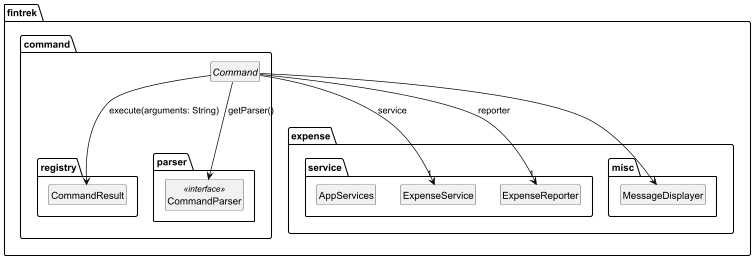
randust/tp keeps this PlantUML diagram as docs/images/CommandClass.png. Above is the earlier version.
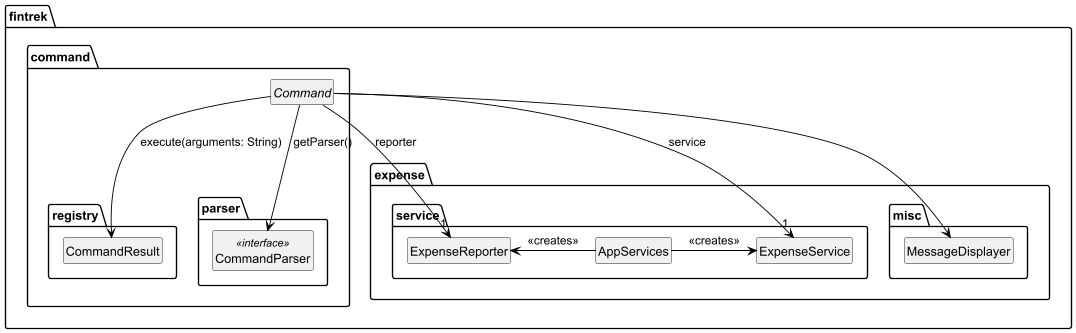
The same file after the commit.

Diff of the diagram source:
```diff
@@ -41,5 +41,7 @@
 Command --> CommandResult: execute(arguments: String)
 Command --> CommandParser: getParser()
 Command --> MessageDisplayer
+AppServices -l> ExpenseReporter: <<creates>>
+AppServices -r> ExpenseService: <<creates>>
 
 @enduml
```
